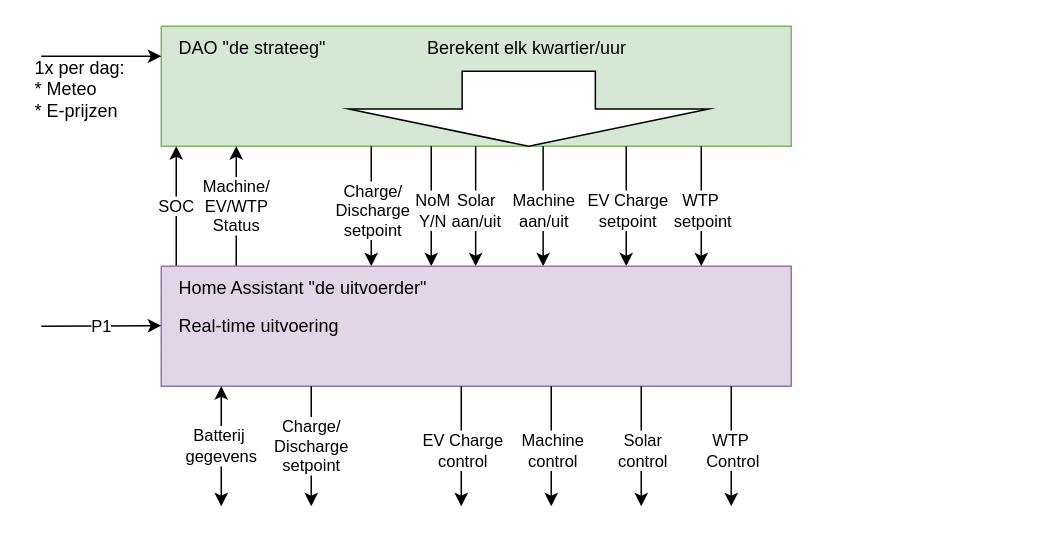
Above: docs/graphical-overview.drawio in balk77/day-ahead (draw.io), before the change. Source tidied: cells renumbered, new cells numbered last; positions are measured from the earlier drawing's top-left corner, leaving out a move shared by most shapes. Both pictures are drawn from the tidied source at 150%, with x=0, y=0 at pixel (26, -72).
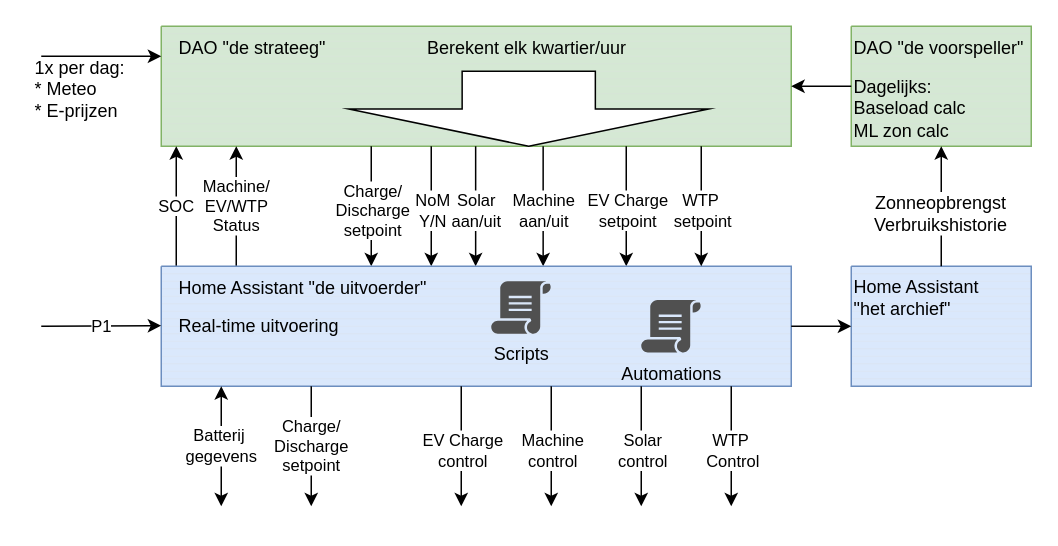
Above is the later version.

Unchanged cells that the change refers to:
```xml
<mxCell id="2" style="verticalLabelPosition=bottom;verticalAlign=top;html=1;shape=mxgraph.basic.patternFillRect;fillStyle=hor;step=5;fillStrokeWidth=0.2;fillStrokeColor=#dddddd;fillColor=#d5e8d4;strokeColor=#82b366;" parent="1" vertex="1">
  <mxGeometry x="90" y="65" width="420" height="80" as="geometry" />
</mxCell>
```

Change to the diagram source:
```diff
@@
-    <mxCell id="19" style="verticalLabelPosition=bottom;verticalAlign=top;html=1;shape=mxgraph.basic.patternFillRect;fillStyle=hor;step=5;fillStrokeWidth=0.2;fillStrokeColor=#dddddd;fillColor=#e1d5e7;strokeColor=#9673a6;" parent="1" vertex="1">
+    <mxCell id="19" style="verticalLabelPosition=bottom;verticalAlign=top;html=1;shape=mxgraph.basic.patternFillRect;fillStyle=hor;step=5;fillStrokeWidth=0.2;fillStrokeColor=#dddddd;fillColor=#dae8fc;strokeColor=#6c8ebf;" parent="1" vertex="1">
       <mxGeometry x="90" y="225" width="420" height="80" as="geometry" />
     </mxCell>
@@
+    <mxCell id="36" value="Scripts" style="sketch=0;shadow=0;dashed=0;html=1;strokeColor=none;fillColor=#505050;labelPosition=center;verticalLabelPosition=bottom;verticalAlign=top;align=center;shape=mxgraph.office.concepts.script;" parent="1" vertex="1">
+      <mxGeometry x="310" y="235" width="40" height="35" as="geometry" />
+    </mxCell>
+    <mxCell id="37" value="Automations" style="sketch=0;shadow=0;dashed=0;html=1;strokeColor=none;fillColor=#505050;labelPosition=center;verticalLabelPosition=bottom;verticalAlign=top;align=center;shape=mxgraph.office.concepts.script;" parent="1" vertex="1">
+      <mxGeometry x="410" y="247.5" width="40" height="35" as="geometry" />
+    </mxCell>
+    <mxCell id="38" style="verticalLabelPosition=bottom;verticalAlign=top;html=1;shape=mxgraph.basic.patternFillRect;fillStyle=hor;step=5;fillStrokeWidth=0.2;fillStrokeColor=#dddddd;fillColor=#dae8fc;strokeColor=#6c8ebf;" parent="1" vertex="1">
+      <mxGeometry x="550" y="225" width="120" height="80" as="geometry" />
+    </mxCell>
+    <mxCell id="39" value="Home Assistant&amp;nbsp;&lt;div&gt;&quot;het archief&quot;&lt;/div&gt;" style="text;html=1;whiteSpace=wrap;strokeColor=none;fillColor=none;align=left;verticalAlign=middle;rounded=0;" parent="1" vertex="1">
+      <mxGeometry x="550" y="231" width="120" height="30" as="geometry" />
+    </mxCell>
+    <mxCell id="40" style="endArrow=classic;html=1;rounded=0;exitX=1;exitY=0.5;exitDx=0;exitDy=0;exitPerimeter=0;entryX=0;entryY=0.5;entryDx=0;entryDy=0;entryPerimeter=0;" parent="1" edge="1" source="19" target="38">
+      <mxGeometry relative="1" as="geometry" />
+    </mxCell>
+    <mxCell id="41" style="verticalLabelPosition=bottom;verticalAlign=top;html=1;shape=mxgraph.basic.patternFillRect;fillStyle=hor;step=5;fillStrokeWidth=0.2;fillStrokeColor=#dddddd;fillColor=#d5e8d4;strokeColor=#82b366;" parent="1" vertex="1">
+      <mxGeometry x="550" y="65" width="120" height="80" as="geometry" />
+    </mxCell>
+    <mxCell id="42" value="DAO &quot;de voorspeller&quot;" style="text;html=1;whiteSpace=wrap;strokeColor=none;fillColor=none;align=left;verticalAlign=middle;rounded=0;" parent="1" vertex="1">
+      <mxGeometry x="550" y="65" width="120" height="30" as="geometry" />
+    </mxCell>
+    <mxCell id="43" style="endArrow=classic;html=1;rounded=0;exitX=0.5;exitY=0;exitDx=0;exitDy=0;exitPerimeter=0;entryX=0.5;entryY=1;entryDx=0;entryDy=0;entryPerimeter=0;" parent="1" edge="1" source="38" target="41">
+      <mxGeometry relative="1" as="geometry" />
+    </mxCell>
+    <mxCell id="44" style="endArrow=classic;html=1;rounded=0;exitX=0;exitY=0.5;exitDx=0;exitDy=0;exitPerimeter=0;entryX=1;entryY=0.5;entryDx=0;entryDy=0;entryPerimeter=0;" parent="1" edge="1" source="41" target="2">
+      <mxGeometry relative="1" as="geometry" />
+    </mxCell>
+    <mxCell id="45" value="Zonneopbrengst&lt;div&gt;Verbruikshistorie&lt;/div&gt;" style="text;html=1;whiteSpace=wrap;strokeColor=none;fillColor=none;align=center;verticalAlign=middle;rounded=0;labelBackgroundColor=default;" parent="1" vertex="1">
+      <mxGeometry x="555" y="175" width="110" height="30" as="geometry" />
+    </mxCell>
+    <mxCell id="46" value="&lt;div&gt;Dagelijks:&lt;/div&gt;Baseload calc&lt;div&gt;ML zon calc&lt;/div&gt;" style="text;html=1;whiteSpace=wrap;strokeColor=none;fillColor=none;align=left;verticalAlign=middle;rounded=0;" parent="1" vertex="1">
+      <mxGeometry x="550" y="98" width="110" height="44" as="geometry" />
+    </mxCell>
```
